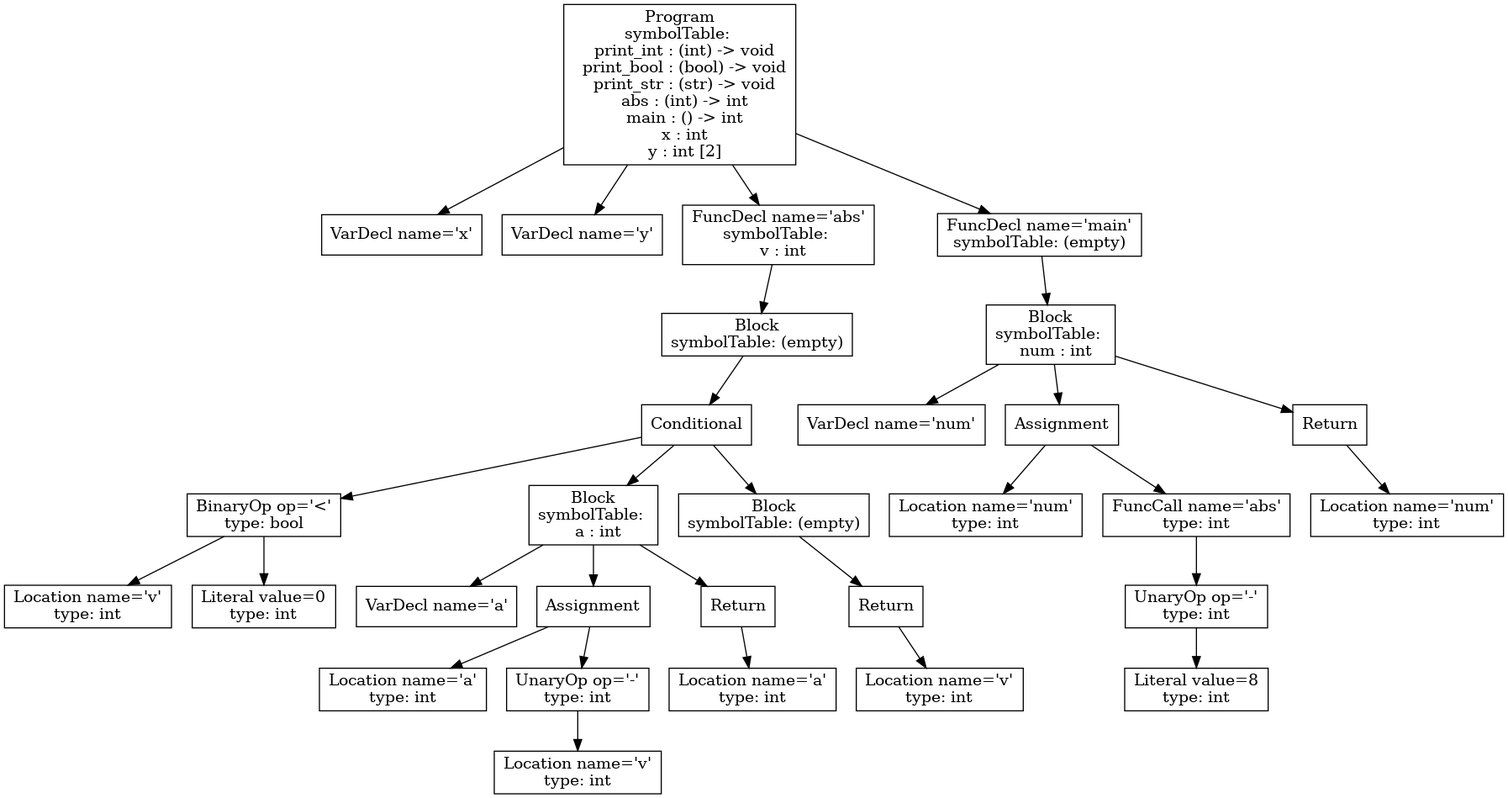
This is tree.png from phamml/p3-analysis, a Graphviz export, as it was before one commit. Its source is kept beside it as tree.dot. The source it was exported from:
```dot
digraph AST {
1 [shape=box, label="VarDecl name='x'"];
2 [shape=box, label="VarDecl name='y'"];
7 [shape=box, label="Location name='v'\ntype: int"];
8 [shape=box, label="Literal value=0\ntype: int"];
6 [shape=box, label="BinaryOp op='<'\ntype: bool"];
6 -> 7;
6 -> 8;
10 [shape=box, label="VarDecl name='a'"];
12 [shape=box, label="Location name='a'\ntype: int"];
14 [shape=box, label="Location name='v'\ntype: int"];
13 [shape=box, label="UnaryOp op='-'\ntype: int"];
13 -> 14;
11 [shape=box, label="Assignment"];
11 -> 12;
11 -> 13;
16 [shape=box, label="Location name='a'\ntype: int"];
15 [shape=box, label="Return"];
15 -> 16;
9 [shape=box, label="Block\nsymbolTable: \n  a : int"];
9 -> 10;
9 -> 11;
9 -> 15;
19 [shape=box, label="Location name='v'\ntype: int"];
18 [shape=box, label="Return"];
18 -> 19;
17 [shape=box, label="Block\nsymbolTable: (empty)"];
17 -> 18;
5 [shape=box, label="Conditional"];
5 -> 6;
5 -> 9;
5 -> 17;
4 [shape=box, label="Block\nsymbolTable: (empty)"];
4 -> 5;
3 [shape=box, label="FuncDecl name='abs'\nsymbolTable: \n  v : int"];
3 -> 4;
22 [shape=box, label="VarDecl name='num'"];
24 [shape=box, label="Location name='num'\ntype: int"];
27 [shape=box, label="Literal value=8\ntype: int"];
26 [shape=box, label="UnaryOp op='-'\ntype: int"];
26 -> 27;
25 [shape=box, label="FuncCall name='abs'\ntype: int"];
25 -> 26;
23 [shape=box, label="Assignment"];
23 -> 24;
23 -> 25;
29 [shape=box, label="Location name='num'\ntype: int"];
28 [shape=box, label="Return"];
28 -> 29;
21 [shape=box, label="Block\nsymbolTable: \n  num : int"];
21 -> 22;
21 -> 23;
21 -> 28;
20 [shape=box, label="FuncDecl name='main'\nsymbolTable: (empty)"];
20 -> 21;
0 [shape=box, label="Program\nsymbolTable: \n  print_int : (int) -> void\n  print_bool : (bool) -> void\n  print_str : (str) -> void\n  abs : (int) -> int\n  main : () -> int\n  x : int\n  y : int [2]"];
0 -> 1;
0 -> 2;
0 -> 3;
0 -> 20;
}
```
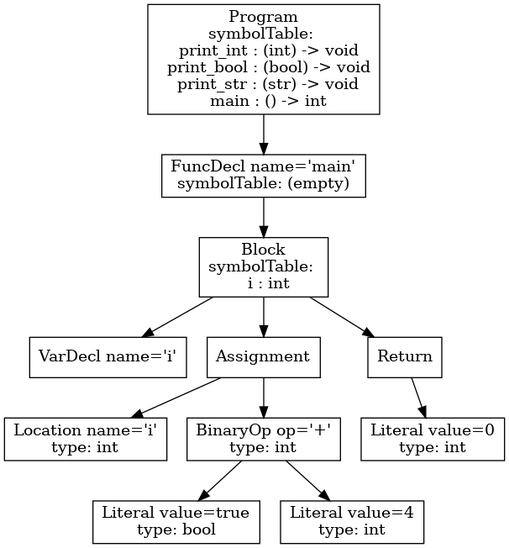
Later version of the same file.

What changed in the source:
```diff
@@ -1,61 +1,23 @@
 digraph AST {
-1 [shape=box, label="VarDecl name='x'"];
-2 [shape=box, label="VarDecl name='y'"];
-7 [shape=box, label="Location name='v'\ntype: int"];
-8 [shape=box, label="Literal value=0\ntype: int"];
-6 [shape=box, label="BinaryOp op='<'\ntype: bool"];
+3 [shape=box, label="VarDecl name='i'"];
+5 [shape=box, label="Location name='i'\ntype: int"];
+7 [shape=box, label="Literal value=true\ntype: bool"];
+8 [shape=box, label="Literal value=4\ntype: int"];
+6 [shape=box, label="BinaryOp op='+'\ntype: int"];
 6 -> 7;
 6 -> 8;
-10 [shape=box, label="VarDecl name='a'"];
-12 [shape=box, label="Location name='a'\ntype: int"];
-14 [shape=box, label="Location name='v'\ntype: int"];
-13 [shape=box, label="UnaryOp op='-'\ntype: int"];
-13 -> 14;
-11 [shape=box, label="Assignment"];
-11 -> 12;
-11 -> 13;
-16 [shape=box, label="Location name='a'\ntype: int"];
-15 [shape=box, label="Return"];
-15 -> 16;
-9 [shape=box, label="Block\nsymbolTable: \n  a : int"];
+4 [shape=box, label="Assignment"];
+4 -> 5;
+4 -> 6;
+10 [shape=box, label="Literal value=0\ntype: int"];
+9 [shape=box, label="Return"];
 9 -> 10;
-9 -> 11;
-9 -> 15;
-19 [shape=box, label="Location name='v'\ntype: int"];
-18 [shape=box, label="Return"];
-18 -> 19;
-17 [shape=box, label="Block\nsymbolTable: (empty)"];
-17 -> 18;
-5 [shape=box, label="Conditional"];
-5 -> 6;
-5 -> 9;
-5 -> 17;
-4 [shape=box, label="Block\nsymbolTable: (empty)"];
-4 -> 5;
-3 [shape=box, label="FuncDecl name='abs'\nsymbolTable: \n  v : int"];
-3 -> 4;
-22 [shape=box, label="VarDecl name='num'"];
-24 [shape=box, label="Location name='num'\ntype: int"];
-27 [shape=box, label="Literal value=8\ntype: int"];
-26 [shape=box, label="UnaryOp op='-'\ntype: int"];
-26 -> 27;
-25 [shape=box, label="FuncCall name='abs'\ntype: int"];
-25 -> 26;
-23 [shape=box, label="Assignment"];
-23 -> 24;
-23 -> 25;
-29 [shape=box, label="Location name='num'\ntype: int"];
-28 [shape=box, label="Return"];
-28 -> 29;
-21 [shape=box, label="Block\nsymbolTable: \n  num : int"];
-21 -> 22;
-21 -> 23;
-21 -> 28;
-20 [shape=box, label="FuncDecl name='main'\nsymbolTable: (empty)"];
-20 -> 21;
-0 [shape=box, label="Program\nsymbolTable: \n  print_int : (int) -> void\n  print_bool : (bool) -> void\n  print_str : (str) -> void\n  abs : (int) -> int\n  main : () -> int\n  x : int\n  y : int [2]"];
+2 [shape=box, label="Block\nsymbolTable: \n  i : int"];
+2 -> 3;
+2 -> 4;
+2 -> 9;
+1 [shape=box, label="FuncDecl name='main'\nsymbolTable: (empty)"];
+1 -> 2;
+0 [shape=box, label="Program\nsymbolTable: \n  print_int : (int) -> void\n  print_bool : (bool) -> void\n  print_str : (str) -> void\n  main : () -> int"];
 0 -> 1;
-0 -> 2;
-0 -> 3;
-0 -> 20;
 }
```
